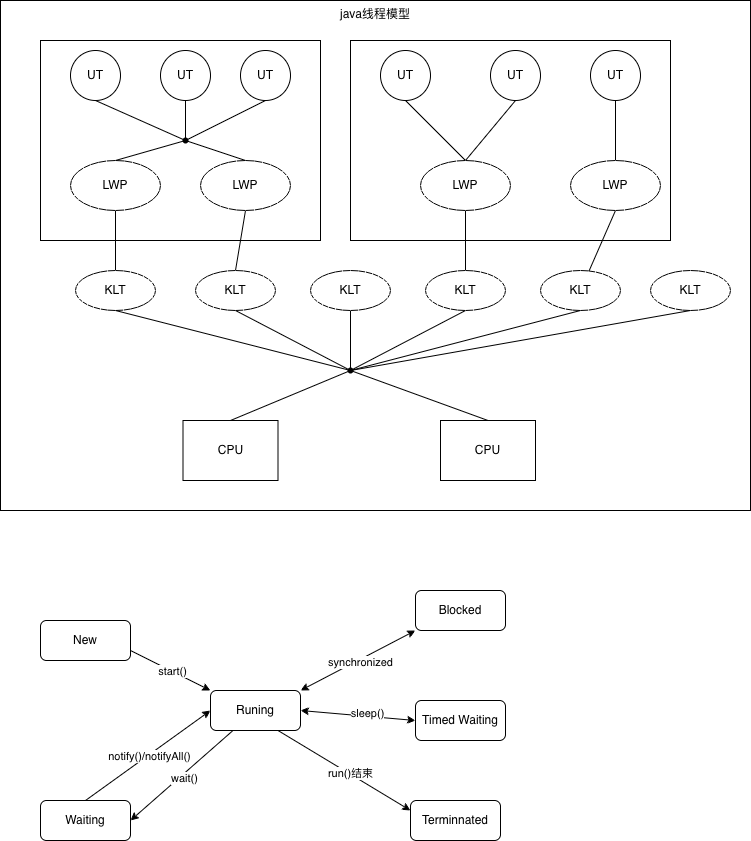
ggs2015/file keeps this draw.io diagram as java线程模型和线程状态.drawio.png. Above is the earlier version. Source tidied: cells renumbered, new cells last; positions are measured from the earlier drawing's top-left corner, leaving out a move shared by most shapes. Its diagram source:
```xml
<mxGraphModel>
  <root>
    <mxCell id="0" />
    <mxCell id="1" parent="0" />
    <mxCell id="2" value="java线程模型" style="rounded=0;whiteSpace=wrap;html=1;verticalAlign=top;" parent="1" vertex="1">
      <mxGeometry width="750" height="510" as="geometry" />
    </mxCell>
    <mxCell id="3" style="rounded=0;whiteSpace=wrap;html=1;" parent="1" vertex="1">
      <mxGeometry x="350" y="40" width="320" height="200" as="geometry" />
    </mxCell>
    <mxCell id="4" style="rounded=0;whiteSpace=wrap;html=1;" parent="1" vertex="1">
      <mxGeometry x="40" y="40" width="280" height="200" as="geometry" />
    </mxCell>
    <mxCell id="5" style="rounded=0;jettySize=auto;html=1;exitX=0.5;exitY=1;exitDx=0;exitDy=0;entryX=0.275;entryY=0.4;entryDx=0;entryDy=0;endArrow=none;endFill=0;entryPerimeter=0;" parent="1" edge="1" source="6" target="37">
      <mxGeometry relative="1" as="geometry" />
    </mxCell>
    <mxCell id="6" value="UT" style="ellipse;whiteSpace=wrap;html=1;" parent="1" vertex="1">
      <mxGeometry x="70" y="50" width="50" height="50" as="geometry" />
    </mxCell>
    <mxCell id="7" value="UT" style="ellipse;whiteSpace=wrap;html=1;" parent="1" vertex="1">
      <mxGeometry x="160" y="50" width="50" height="50" as="geometry" />
    </mxCell>
    <mxCell id="8" value="UT" style="ellipse;whiteSpace=wrap;html=1;" parent="1" vertex="1">
      <mxGeometry x="240" y="50" width="50" height="50" as="geometry" />
    </mxCell>
    <mxCell id="9" style="rounded=0;jettySize=auto;html=1;exitX=0.5;exitY=1;exitDx=0;exitDy=0;entryX=0.5;entryY=0;entryDx=0;entryDy=0;endArrow=none;endFill=0;" parent="1" edge="1" source="10" target="20">
      <mxGeometry relative="1" as="geometry" />
    </mxCell>
    <mxCell id="10" value="UT" style="ellipse;whiteSpace=wrap;html=1;" parent="1" vertex="1">
      <mxGeometry x="380" y="50" width="50" height="50" as="geometry" />
    </mxCell>
    <mxCell id="11" style="rounded=0;jettySize=auto;html=1;exitX=0.5;exitY=1;exitDx=0;exitDy=0;entryX=0.5;entryY=0;entryDx=0;entryDy=0;endArrow=none;endFill=0;" parent="1" edge="1" source="12" target="20">
      <mxGeometry relative="1" as="geometry" />
    </mxCell>
    <mxCell id="12" value="UT" style="ellipse;whiteSpace=wrap;html=1;" parent="1" vertex="1">
      <mxGeometry x="490" y="50" width="50" height="50" as="geometry" />
    </mxCell>
    <mxCell id="13" style="rounded=0;jettySize=auto;html=1;exitX=0.5;exitY=1;exitDx=0;exitDy=0;endArrow=none;endFill=0;" parent="1" edge="1" source="14" target="22">
      <mxGeometry relative="1" as="geometry" />
    </mxCell>
    <mxCell id="14" value="UT" style="ellipse;whiteSpace=wrap;html=1;" parent="1" vertex="1">
      <mxGeometry x="590" y="50" width="50" height="50" as="geometry" />
    </mxCell>
    <mxCell id="15" style="rounded=0;jettySize=auto;html=1;exitX=0.5;exitY=1;exitDx=0;exitDy=0;entryX=0.5;entryY=0;entryDx=0;entryDy=0;endArrow=none;endFill=0;" parent="1" edge="1" source="16" target="23">
      <mxGeometry relative="1" as="geometry" />
    </mxCell>
    <mxCell id="16" value="LWP" style="ellipse;whiteSpace=wrap;html=1;" parent="1" vertex="1">
      <mxGeometry x="70" y="160" width="90" height="50" as="geometry" />
    </mxCell>
    <mxCell id="17" style="rounded=0;jettySize=auto;html=1;exitX=0.5;exitY=1;exitDx=0;exitDy=0;entryX=0.5;entryY=0;entryDx=0;entryDy=0;endArrow=none;endFill=0;" parent="1" edge="1" source="18" target="24">
      <mxGeometry relative="1" as="geometry" />
    </mxCell>
    <mxCell id="18" value="LWP" style="ellipse;whiteSpace=wrap;html=1;" parent="1" vertex="1">
      <mxGeometry x="200" y="160" width="90" height="50" as="geometry" />
    </mxCell>
    <mxCell id="19" style="rounded=0;jettySize=auto;html=1;exitX=0.5;exitY=1;exitDx=0;exitDy=0;entryX=0.5;entryY=0;entryDx=0;entryDy=0;endArrow=none;endFill=0;" parent="1" edge="1" source="20" target="28">
      <mxGeometry relative="1" as="geometry" />
    </mxCell>
    <mxCell id="20" value="LWP" style="ellipse;whiteSpace=wrap;html=1;" parent="1" vertex="1">
      <mxGeometry x="420" y="160" width="90" height="50" as="geometry" />
    </mxCell>
    <mxCell id="21" style="rounded=0;jettySize=auto;html=1;exitX=0.5;exitY=1;exitDx=0;exitDy=0;endArrow=none;endFill=0;" parent="1" edge="1" source="22" target="29">
      <mxGeometry relative="1" as="geometry" />
    </mxCell>
    <mxCell id="22" value="LWP" style="ellipse;whiteSpace=wrap;html=1;" parent="1" vertex="1">
      <mxGeometry x="570" y="160" width="90" height="50" as="geometry" />
    </mxCell>
    <mxCell id="23" value="KLT" style="ellipse;whiteSpace=wrap;html=1;" parent="1" vertex="1">
      <mxGeometry x="75" y="270" width="80" height="40" as="geometry" />
    </mxCell>
    <mxCell id="24" value="KLT" style="ellipse;whiteSpace=wrap;html=1;" parent="1" vertex="1">
      <mxGeometry x="195" y="270" width="80" height="40" as="geometry" />
    </mxCell>
    <mxCell id="25" style="rounded=0;jettySize=auto;html=1;exitX=0.5;exitY=1;exitDx=0;exitDy=0;endArrow=none;endFill=0;" parent="1" edge="1" source="26">
      <mxGeometry relative="1" as="geometry">
        <mxPoint x="350" y="370" as="targetPoint" />
      </mxGeometry>
    </mxCell>
    <mxCell id="26" value="KLT" style="ellipse;whiteSpace=wrap;html=1;" parent="1" vertex="1">
      <mxGeometry x="310" y="270" width="80" height="40" as="geometry" />
    </mxCell>
    <mxCell id="27" style="rounded=0;jettySize=auto;html=1;exitX=0.5;exitY=1;exitDx=0;exitDy=0;entryX=0.8;entryY=0.35;entryDx=0;entryDy=0;entryPerimeter=0;endArrow=none;endFill=0;" parent="1" edge="1" source="28" target="35">
      <mxGeometry relative="1" as="geometry" />
    </mxCell>
    <mxCell id="28" value="KLT" style="ellipse;whiteSpace=wrap;html=1;" parent="1" vertex="1">
      <mxGeometry x="425" y="270" width="80" height="40" as="geometry" />
    </mxCell>
    <mxCell id="29" value="KLT" style="ellipse;whiteSpace=wrap;html=1;" parent="1" vertex="1">
      <mxGeometry x="540" y="270" width="80" height="40" as="geometry" />
    </mxCell>
    <mxCell id="30" value="KLT" style="ellipse;whiteSpace=wrap;html=1;" parent="1" vertex="1">
      <mxGeometry x="650" y="270" width="80" height="40" as="geometry" />
    </mxCell>
    <mxCell id="31" style="rounded=0;jettySize=auto;html=1;exitDx=0;exitDy=0;" parent="1" edge="1" source="35">
      <mxGeometry relative="1" as="geometry">
        <mxPoint x="350" y="370" as="targetPoint" />
      </mxGeometry>
    </mxCell>
    <mxCell id="32" value="CPU" style="rounded=0;whiteSpace=wrap;html=1;" parent="1" vertex="1">
      <mxGeometry x="182.5" y="420" width="95" height="60" as="geometry" />
    </mxCell>
    <mxCell id="33" value="CPU" style="rounded=0;whiteSpace=wrap;html=1;" parent="1" vertex="1">
      <mxGeometry x="440" y="420" width="95" height="60" as="geometry" />
    </mxCell>
    <mxCell id="34" style="rounded=0;jettySize=auto;html=1;exitX=0.5;exitY=0;exitDx=0;exitDy=0;endArrow=none;endFill=0;" parent="1" edge="1" source="32" target="35">
      <mxGeometry relative="1" as="geometry" />
    </mxCell>
    <mxCell id="35" style="shape=waypoint;sketch=0;size=6;points=[];fillColor=none;perimeter=centerPerimeter;snapToPoint=1;" parent="1" vertex="1">
      <mxGeometry x="340" y="360" width="20" height="20" as="geometry" />
    </mxCell>
    <mxCell id="36" style="rounded=0;jettySize=auto;html=1;exitX=0.5;exitY=0;exitDx=0;exitDy=0;entryX=0.95;entryY=0.85;entryDx=0;entryDy=0;entryPerimeter=0;endArrow=none;endFill=0;" parent="1" edge="1" source="33" target="35">
      <mxGeometry relative="1" as="geometry" />
    </mxCell>
    <mxCell id="37" style="shape=waypoint;sketch=0;size=6;points=[];fillColor=none;perimeter=centerPerimeter;snapToPoint=1;" parent="1" vertex="1">
      <mxGeometry x="175" y="130" width="20" height="20" as="geometry" />
    </mxCell>
    <mxCell id="38" style="rounded=0;jettySize=auto;html=1;exitX=0.5;exitY=1;exitDx=0;exitDy=0;entryX=0.725;entryY=0.65;entryDx=0;entryDy=0;entryPerimeter=0;endArrow=none;endFill=0;" parent="1" edge="1" source="7" target="37">
      <mxGeometry relative="1" as="geometry" />
    </mxCell>
    <mxCell id="39" style="rounded=0;jettySize=auto;html=1;exitX=0.5;exitY=1;exitDx=0;exitDy=0;entryX=0.825;entryY=0.6;entryDx=0;entryDy=0;entryPerimeter=0;endArrow=none;endFill=0;" parent="1" edge="1" source="8" target="37">
      <mxGeometry relative="1" as="geometry" />
    </mxCell>
    <mxCell id="40" style="rounded=0;jettySize=auto;html=1;exitX=0.5;exitY=0;exitDx=0;exitDy=0;entryX=0.25;entryY=0.8;entryDx=0;entryDy=0;entryPerimeter=0;endArrow=none;endFill=0;" parent="1" edge="1" source="16" target="37">
      <mxGeometry relative="1" as="geometry" />
    </mxCell>
    <mxCell id="41" style="rounded=0;jettySize=auto;html=1;exitX=0.5;exitY=0;exitDx=0;exitDy=0;entryX=0.75;entryY=0.7;entryDx=0;entryDy=0;entryPerimeter=0;endArrow=none;endFill=0;" parent="1" edge="1" source="18" target="37">
      <mxGeometry relative="1" as="geometry" />
    </mxCell>
    <mxCell id="42" style="rounded=0;jettySize=auto;html=1;exitX=0.5;exitY=1;exitDx=0;exitDy=0;entryX=0.2;entryY=0.9;entryDx=0;entryDy=0;entryPerimeter=0;endArrow=none;endFill=0;" parent="1" edge="1" source="23" target="35">
      <mxGeometry relative="1" as="geometry" />
    </mxCell>
    <mxCell id="43" style="rounded=0;jettySize=auto;html=1;exitX=0.5;exitY=1;exitDx=0;exitDy=0;entryX=0.25;entryY=0.5;entryDx=0;entryDy=0;entryPerimeter=0;endArrow=none;endFill=0;" parent="1" edge="1" source="24" target="35">
      <mxGeometry relative="1" as="geometry" />
    </mxCell>
    <mxCell id="44" style="rounded=0;jettySize=auto;html=1;exitX=0.5;exitY=1;exitDx=0;exitDy=0;entryX=0.8;entryY=-0.1;entryDx=0;entryDy=0;entryPerimeter=0;endArrow=none;endFill=0;" parent="1" edge="1" source="29" target="35">
      <mxGeometry relative="1" as="geometry" />
    </mxCell>
    <mxCell id="45" style="rounded=0;jettySize=auto;html=1;exitX=0.5;exitY=1;exitDx=0;exitDy=0;entryX=0.65;entryY=0.85;entryDx=0;entryDy=0;entryPerimeter=0;endArrow=none;endFill=0;" parent="1" edge="1" source="30" target="35">
      <mxGeometry relative="1" as="geometry" />
    </mxCell>
    <mxCell id="46" style="rounded=0;jettySize=auto;html=1;exitX=1;exitY=0.75;exitDx=0;exitDy=0;entryX=0;entryY=0;entryDx=0;entryDy=0;" parent="1" edge="1" source="48" target="60">
      <mxGeometry relative="1" as="geometry" />
    </mxCell>
    <mxCell id="47" value="start()" style="edgeLabel;html=1;align=center;verticalAlign=middle;" parent="46" vertex="1">
      <mxGeometry x="0.02" relative="1" as="geometry" />
    </mxCell>
    <mxCell id="48" value="New" style="rounded=1;whiteSpace=wrap;html=1;" parent="1" vertex="1">
      <mxGeometry x="40" y="620" width="90" height="40" as="geometry" />
    </mxCell>
    <mxCell id="49" style="rounded=0;jettySize=auto;html=1;exitX=0.5;exitY=0;exitDx=0;exitDy=0;entryX=0;entryY=0.5;entryDx=0;entryDy=0;startArrow=none;startFill=0;" parent="1" edge="1" source="51" target="60">
      <mxGeometry relative="1" as="geometry" />
    </mxCell>
    <mxCell id="50" value="notify()/notifyAll()" style="edgeLabel;html=1;align=center;verticalAlign=middle;" parent="49" vertex="1">
      <mxGeometry x="0.01" y="-1" relative="1" as="geometry" />
    </mxCell>
    <mxCell id="51" value="Waiting" style="rounded=1;whiteSpace=wrap;html=1;" parent="1" vertex="1">
      <mxGeometry x="40" y="800" width="90" height="40" as="geometry" />
    </mxCell>
    <mxCell id="52" style="rounded=0;jettySize=auto;html=1;exitX=1;exitY=0;exitDx=0;exitDy=0;entryX=0;entryY=1;entryDx=0;entryDy=0;startArrow=classic;startFill=1;" parent="1" edge="1" source="60" target="61">
      <mxGeometry relative="1" as="geometry" />
    </mxCell>
    <mxCell id="53" value="synchronized" style="edgeLabel;html=1;align=center;verticalAlign=middle;" parent="52" vertex="1">
      <mxGeometry x="0.01" y="-2" relative="1" as="geometry" />
    </mxCell>
    <mxCell id="54" style="rounded=0;jettySize=auto;html=1;exitX=1;exitY=0.5;exitDx=0;exitDy=0;entryX=0;entryY=0.5;entryDx=0;entryDy=0;startArrow=classic;startFill=1;" parent="1" edge="1" source="60" target="62">
      <mxGeometry relative="1" as="geometry" />
    </mxCell>
    <mxCell id="55" value="sleep()" style="edgeLabel;html=1;align=center;verticalAlign=middle;" parent="54" vertex="1">
      <mxGeometry x="0.14" y="3" relative="1" as="geometry" />
    </mxCell>
    <mxCell id="56" style="rounded=0;jettySize=auto;html=1;exitX=0.75;exitY=1;exitDx=0;exitDy=0;entryX=0;entryY=0.25;entryDx=0;entryDy=0;" parent="1" edge="1" source="60" target="63">
      <mxGeometry relative="1" as="geometry" />
    </mxCell>
    <mxCell id="57" value="run()结束" style="edgeLabel;html=1;align=center;verticalAlign=middle;" parent="56" vertex="1">
      <mxGeometry x="0.09" y="1" relative="1" as="geometry" />
    </mxCell>
    <mxCell id="58" style="rounded=0;jettySize=auto;html=1;exitX=0.25;exitY=1;exitDx=0;exitDy=0;entryX=1;entryY=0.5;entryDx=0;entryDy=0;" parent="1" edge="1" source="60" target="51">
      <mxGeometry relative="1" as="geometry" />
    </mxCell>
    <mxCell id="59" value="wait()" style="edgeLabel;html=1;align=center;verticalAlign=middle;" parent="58" vertex="1">
      <mxGeometry x="-0.01" y="3" relative="1" as="geometry" />
    </mxCell>
    <mxCell id="60" value="Runing" style="rounded=1;whiteSpace=wrap;html=1;" parent="1" vertex="1">
      <mxGeometry x="210" y="690" width="90" height="40" as="geometry" />
    </mxCell>
    <mxCell id="61" value="Blocked" style="rounded=1;whiteSpace=wrap;html=1;" parent="1" vertex="1">
      <mxGeometry x="415" y="590" width="90" height="40" as="geometry" />
    </mxCell>
    <mxCell id="62" value="Timed Waiting" style="rounded=1;whiteSpace=wrap;html=1;" parent="1" vertex="1">
      <mxGeometry x="415" y="700" width="90" height="40" as="geometry" />
    </mxCell>
    <mxCell id="63" value="Terminnated" style="rounded=1;whiteSpace=wrap;html=1;" parent="1" vertex="1">
      <mxGeometry x="410" y="800" width="90" height="40" as="geometry" />
    </mxCell>
  </root>
</mxGraphModel>
```
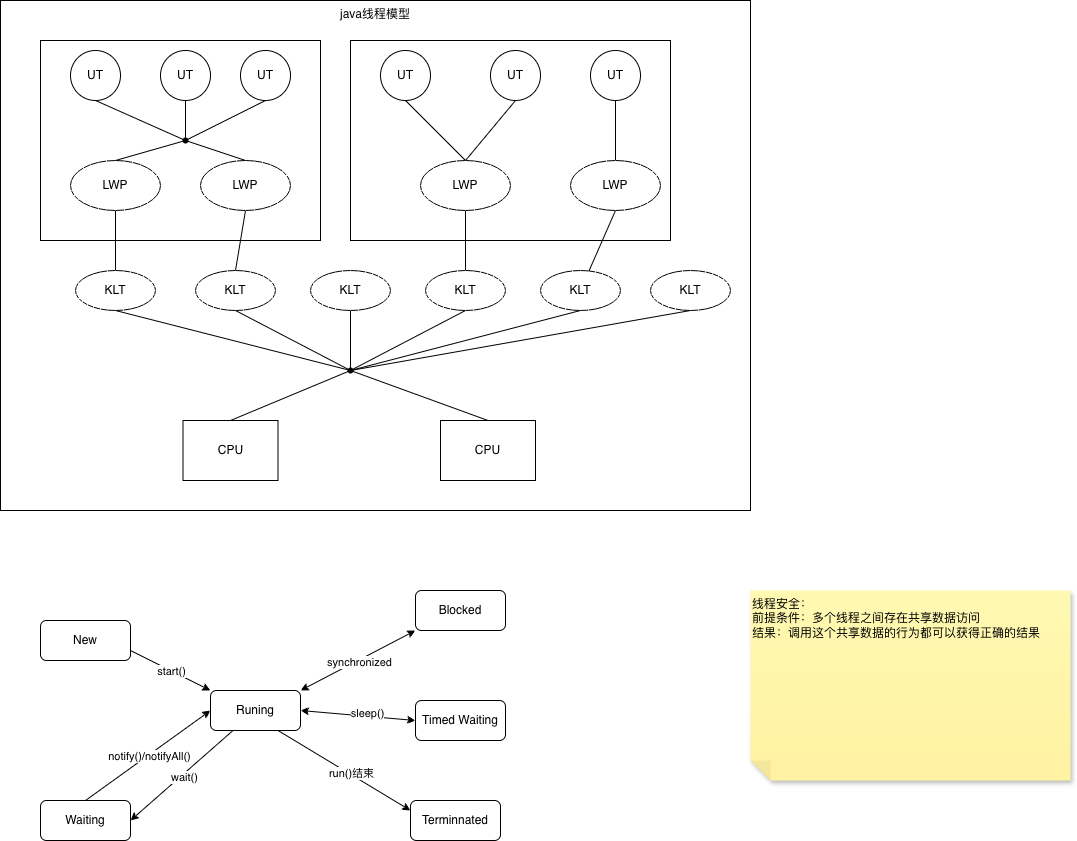
After the change.

Commit message:
更新java线程模型和线程状态.drawio.png

What changed in the source:
```diff
@@ -192,5 +192,8 @@
     <mxCell id="63" value="Terminnated" style="rounded=1;whiteSpace=wrap;html=1;" parent="1" vertex="1">
       <mxGeometry x="410" y="800" width="90" height="40" as="geometry" />
     </mxCell>
+    <mxCell id="64" value="线程安全：&lt;div&gt;前提条件：多个线程之间存在共享数据访问&lt;/div&gt;&lt;div&gt;结果：调用这个共享数据的行为都可以获得正确的结果&lt;/div&gt;" style="shape=note;whiteSpace=wrap;html=1;backgroundOutline=1;fontColor=#000000;darkOpacity=0.05;fillColor=#FFF9B2;strokeColor=none;fillStyle=solid;direction=west;gradientDirection=north;gradientColor=#FFF2A1;shadow=1;size=20;verticalAlign=top;align=left;" parent="1" vertex="1">
+      <mxGeometry x="750" y="590" width="320" height="190" as="geometry" />
+    </mxCell>
   </root>
 </mxGraphModel>
```
